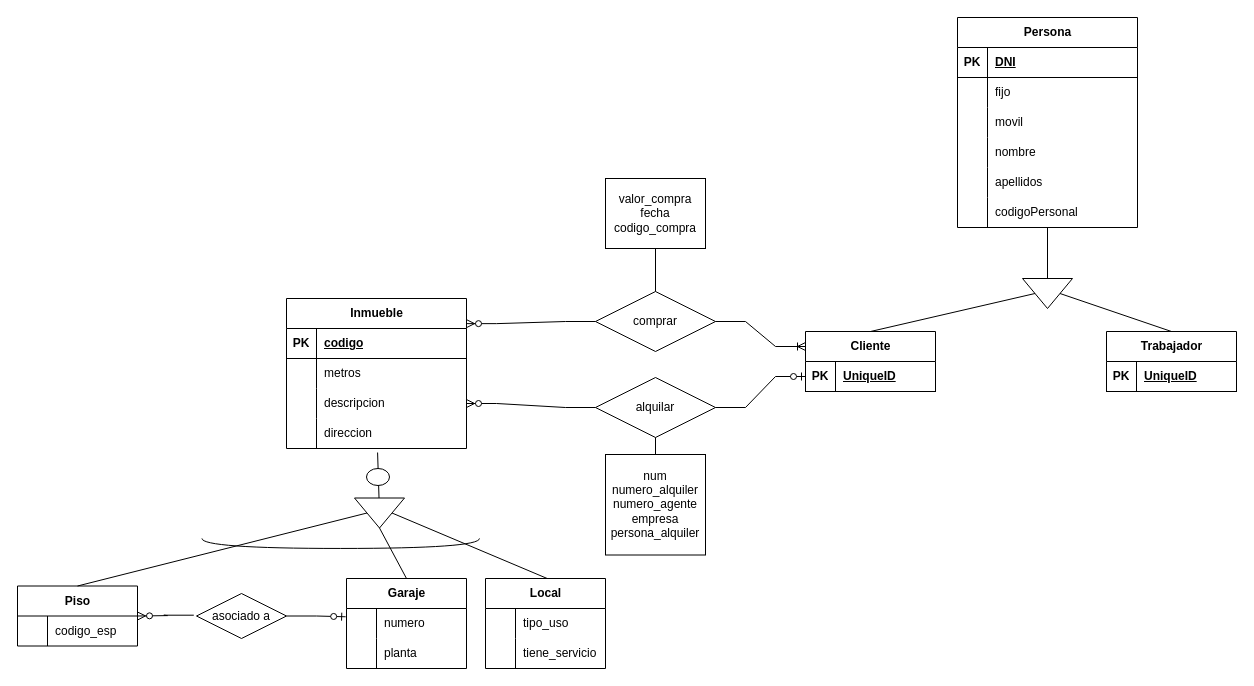
The draw.io diagram Ejercicio18.drawio in Daninuro/diagrames-cvf-dn-mpl-n-11102023, before the edit. Source tidied: cells renumbered, new cells numbered last; positions are measured from the earlier drawing's top-left corner, leaving out a move shared by most shapes. Both pictures are drawn from the tidied source at 100%, with x=0, y=0 at pixel (17, 17).
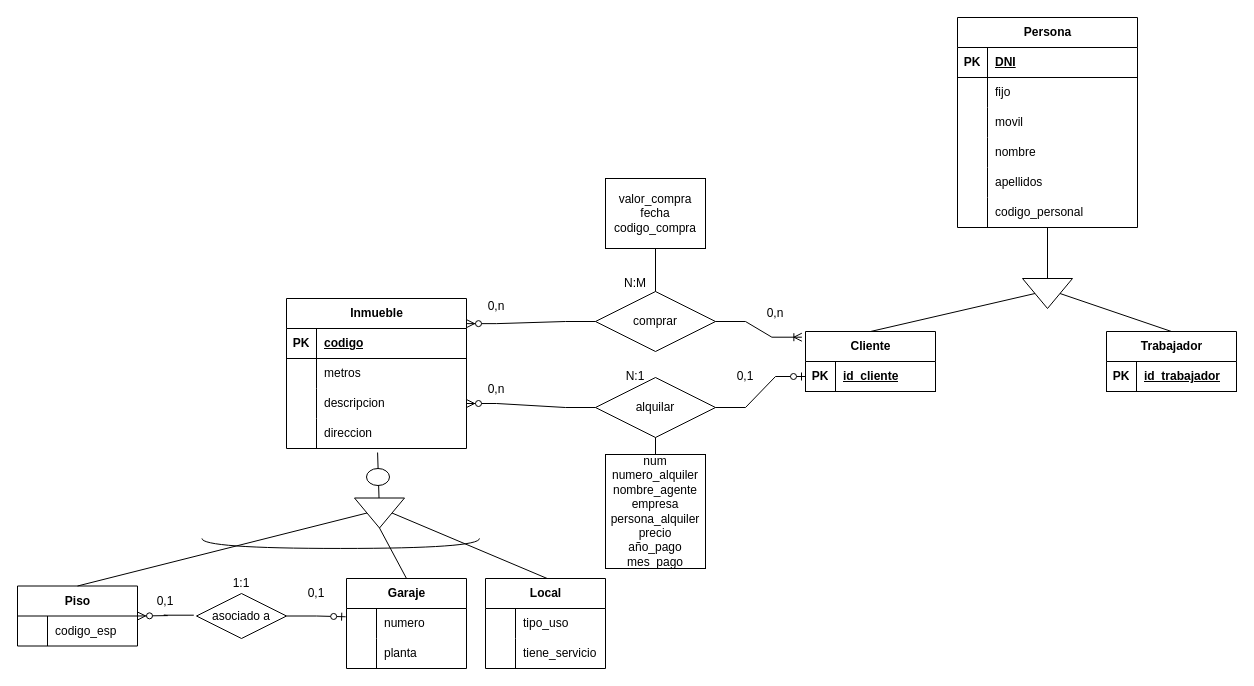
The same page after the edit.

The change refers to these unchanged cells:
```xml
<mxCell id="33" value="comprar" style="shape=rhombus;perimeter=rhombusPerimeter;whiteSpace=wrap;html=1;align=center;" parent="1" vertex="1">
  <mxGeometry x="578" y="274" width="120" height="60" as="geometry" />
</mxCell>
<mxCell id="38" value="Cliente" style="shape=table;startSize=30;childLayout=tableLayout;rowLines=0;fontStyle=1;align=center;html=1;" parent="1" vertex="1">
  <mxGeometry x="788" y="314" width="130" height="60" as="geometry" />
</mxCell>
<mxCell id="39" style="shape=tableRow;horizontal=0;startSize=0;swimlaneHead=0;swimlaneBody=0;fillColor=none;points=[[0,0.5],[1,0.5]];portConstraint=eastwest;top=0;left=0;right=0;bottom=1;" parent="38" vertex="1">
  <mxGeometry y="30" width="130" height="30" as="geometry" />
</mxCell>
<mxCell id="61" style="shape=tableRow;horizontal=0;startSize=0;swimlaneHead=0;swimlaneBody=0;fillColor=none;points=[[0,0.5],[1,0.5]];portConstraint=eastwest;top=0;left=0;right=0;bottom=0;" parent="45" vertex="1">
  <mxGeometry y="180" width="180" height="30" as="geometry" />
</mxCell>
<mxCell id="65" style="shape=tableRow;horizontal=0;startSize=0;swimlaneHead=0;swimlaneBody=0;fillColor=none;top=0;left=0;right=0;bottom=1;" parent="64" vertex="1">
  <mxGeometry y="30" width="130" height="30" as="geometry" />
</mxCell>
```

Change to the diagram source:
```diff
@@
-    <mxCell id="41" value="UniqueID" style="shape=partialRectangle;fillColor=none;top=0;left=0;bottom=0;right=0;align=left;spacingLeft=6;fontStyle=5;overflow=hidden;whiteSpace=wrap;html=1;" parent="39" vertex="1">
+    <mxCell id="41" value="id_cliente" style="shape=partialRectangle;fillColor=none;top=0;left=0;bottom=0;right=0;align=left;spacingLeft=6;fontStyle=5;overflow=hidden;whiteSpace=wrap;html=1;" parent="39" vertex="1">
       <mxGeometry x="30" width="100" height="30" as="geometry" />
     </mxCell>
-    <mxCell id="42" style="edgeStyle=entityRelationEdgeStyle;fontSize=12;html=1;endArrow=ERoneToMany;rounded=0;entryX=0;entryY=0.25;entryDx=0;entryDy=0;exitX=1;exitY=0.5;exitDx=0;exitDy=0;" parent="1" edge="1" source="33" target="38">
+    <mxCell id="42" style="edgeStyle=entityRelationEdgeStyle;fontSize=12;html=1;endArrow=ERoneToMany;rounded=0;entryX=-0.028;entryY=0.095;entryDx=0;entryDy=0;exitX=1;exitY=0.5;exitDx=0;exitDy=0;entryPerimeter=0;" parent="1" edge="1" source="33" target="38">
       <mxGeometry relative="1" as="geometry" />
     </mxCell>
@@
-    <mxCell id="63" value="codigoPersonal" style="shape=partialRectangle;fillColor=none;top=0;left=0;bottom=0;right=0;align=left;spacingLeft=6;overflow=hidden;whiteSpace=wrap;html=1;" parent="61" vertex="1">
+    <mxCell id="63" value="codigo_personal" style="shape=partialRectangle;fillColor=none;top=0;left=0;bottom=0;right=0;align=left;spacingLeft=6;overflow=hidden;whiteSpace=wrap;html=1;" parent="61" vertex="1">
       <mxGeometry x="30" width="150" height="30" as="geometry" />
     </mxCell>
@@
-    <mxCell id="67" value="UniqueID" style="shape=partialRectangle;fillColor=none;top=0;left=0;bottom=0;right=0;align=left;spacingLeft=6;fontStyle=5;overflow=hidden;whiteSpace=wrap;html=1;" parent="65" vertex="1">
+    <mxCell id="67" value="id_trabajador" style="shape=partialRectangle;fillColor=none;top=0;left=0;bottom=0;right=0;align=left;spacingLeft=6;fontStyle=5;overflow=hidden;whiteSpace=wrap;html=1;" parent="65" vertex="1">
       <mxGeometry x="30" width="100" height="30" as="geometry" />
     </mxCell>
@@
-    <mxCell id="82" value="num&lt;br&gt;numero_alquiler&lt;br&gt;numero_agente&lt;br&gt;empresa&lt;br&gt;persona_alquiler" style="whiteSpace=wrap;html=1;align=center;" parent="1" vertex="1">
-      <mxGeometry x="588" y="437" width="100" height="100.5" as="geometry" />
+    <mxCell id="82" value="num&lt;br&gt;numero_alquiler&lt;br&gt;nombre_agente&lt;br&gt;empresa&lt;br&gt;persona_alquiler&lt;br&gt;precio&lt;br&gt;año_pago&lt;br&gt;mes_pago" style="whiteSpace=wrap;html=1;align=center;" parent="1" vertex="1">
+      <mxGeometry x="588" y="437" width="100" height="114" as="geometry" />
     </mxCell>
@@
+    <mxCell id="84" value="0,n" style="text;html=1;strokeColor=none;fillColor=none;align=center;verticalAlign=middle;whiteSpace=wrap;rounded=0;" parent="1" vertex="1">
+      <mxGeometry x="449" y="274" width="60" height="30" as="geometry" />
+    </mxCell>
+    <mxCell id="85" value="0,n" style="text;html=1;strokeColor=none;fillColor=none;align=center;verticalAlign=middle;whiteSpace=wrap;rounded=0;" parent="1" vertex="1">
+      <mxGeometry x="449" y="357.2" width="60" height="30" as="geometry" />
+    </mxCell>
+    <mxCell id="86" value="0,n" style="text;html=1;strokeColor=none;fillColor=none;align=center;verticalAlign=middle;whiteSpace=wrap;rounded=0;" parent="1" vertex="1">
+      <mxGeometry x="728" y="281" width="60" height="30" as="geometry" />
+    </mxCell>
+    <mxCell id="87" value="0,1" style="text;html=1;strokeColor=none;fillColor=none;align=center;verticalAlign=middle;whiteSpace=wrap;rounded=0;" parent="1" vertex="1">
+      <mxGeometry x="698" y="344" width="60" height="30" as="geometry" />
+    </mxCell>
+    <mxCell id="88" value="N:M" style="text;html=1;strokeColor=none;fillColor=none;align=center;verticalAlign=middle;whiteSpace=wrap;rounded=0;" parent="1" vertex="1">
+      <mxGeometry x="588" y="251" width="60" height="30" as="geometry" />
+    </mxCell>
+    <mxCell id="89" value="N:1" style="text;html=1;strokeColor=none;fillColor=none;align=center;verticalAlign=middle;whiteSpace=wrap;rounded=0;" parent="1" vertex="1">
+      <mxGeometry x="588" y="344" width="60" height="30" as="geometry" />
+    </mxCell>
+    <mxCell id="90" value="0,1" style="text;html=1;strokeColor=none;fillColor=none;align=center;verticalAlign=middle;whiteSpace=wrap;rounded=0;" parent="1" vertex="1">
+      <mxGeometry x="269" y="561" width="60" height="30" as="geometry" />
+    </mxCell>
+    <mxCell id="91" value="1:1" style="text;html=1;strokeColor=none;fillColor=none;align=center;verticalAlign=middle;whiteSpace=wrap;rounded=0;" parent="1" vertex="1">
+      <mxGeometry x="194" y="551" width="60" height="30" as="geometry" />
+    </mxCell>
+    <mxCell id="92" value="0,1" style="text;html=1;strokeColor=none;fillColor=none;align=center;verticalAlign=middle;whiteSpace=wrap;rounded=0;" parent="1" vertex="1">
+      <mxGeometry x="118" y="568.5" width="60" height="30" as="geometry" />
+    </mxCell>
```
